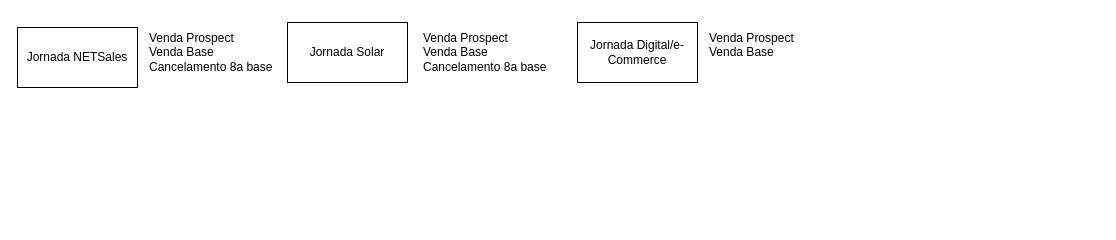
Above: 129734 - FWA em Áreas não Cabeadas.drawio in samirali/ClaroBrasil (draw.io), before the change. Source tidied: cells renumbered, new cells numbered last; positions are measured from the earlier drawing's top-left corner, leaving out a move shared by most shapes. Both pictures are drawn from the tidied source at 100%, with x=0, y=0 at pixel (17, 22).
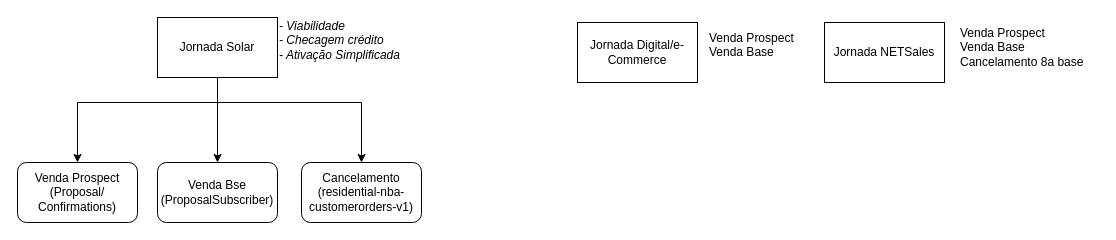
The same page after the edit.

What changed in the source:
```diff
@@
 <mxGraphModel>
   <root>
     <mxCell id="0" />
     <mxCell id="1" parent="0" />
+    <mxCell id="8" style="edgeStyle=orthogonalEdgeStyle;rounded=0;jettySize=auto;html=1;" parent="1" edge="1" source="2" target="11">
+      <mxGeometry relative="1" as="geometry">
+        <Array as="points">
+          <mxPoint x="200" y="80" />
+          <mxPoint x="60" y="80" />
+        </Array>
+      </mxGeometry>
+    </mxCell>
+    <mxCell id="9" style="edgeStyle=orthogonalEdgeStyle;rounded=0;jettySize=auto;html=1;entryX=0.5;entryY=0;entryDx=0;entryDy=0;" parent="1" edge="1" source="2" target="12">
+      <mxGeometry relative="1" as="geometry" />
+    </mxCell>
+    <mxCell id="10" style="edgeStyle=orthogonalEdgeStyle;rounded=0;jettySize=auto;html=1;entryX=0.5;entryY=0;entryDx=0;entryDy=0;" parent="1" edge="1" source="2" target="13">
+      <mxGeometry relative="1" as="geometry">
+        <Array as="points">
+          <mxPoint x="200" y="80" />
+          <mxPoint x="344" y="80" />
+        </Array>
+      </mxGeometry>
+    </mxCell>
     <mxCell id="2" value="Jornada Solar" style="rounded=0;whiteSpace=wrap;html=1;" parent="1" vertex="1">
-      <mxGeometry x="270" width="120" height="60" as="geometry" />
+      <mxGeometry x="140" y="-5" width="120" height="60" as="geometry" />
     </mxCell>
     <mxCell id="3" value="Jornada Digital/e-Commerce" style="rounded=0;whiteSpace=wrap;html=1;" parent="1" vertex="1">
       <mxGeometry x="560" width="120" height="60" as="geometry" />
     </mxCell>
     <mxCell id="4" value="Venda Prospect&lt;div&gt;Venda Base&lt;/div&gt;&lt;div&gt;Cancelamento 8a base&lt;/div&gt;" style="text;html=1;whiteSpace=wrap;strokeColor=none;fillColor=none;align=left;verticalAlign=middle;rounded=0;" parent="1" vertex="1">
-      <mxGeometry x="404" y="5" width="140" height="50" as="geometry" />
+      <mxGeometry x="941" width="140" height="50" as="geometry" />
     </mxCell>
     <mxCell id="5" value="Venda Prospect&lt;div&gt;Venda Base&lt;/div&gt;&lt;div&gt;&lt;br&gt;&lt;/div&gt;" style="text;html=1;whiteSpace=wrap;strokeColor=none;fillColor=none;align=left;verticalAlign=middle;rounded=0;" parent="1" vertex="1">
       <mxGeometry x="690" y="5" width="100" height="50" as="geometry" />
     </mxCell>
     <mxCell id="6" value="Jornada NETSales" style="rounded=0;whiteSpace=wrap;html=1;" parent="1" vertex="1">
-      <mxGeometry y="5" width="120" height="60" as="geometry" />
+      <mxGeometry x="807" width="120" height="60" as="geometry" />
     </mxCell>
-    <mxCell id="7" value="Venda Prospect&lt;div&gt;Venda Base&lt;/div&gt;&lt;div&gt;Cancelamento 8a base&lt;/div&gt;" style="text;html=1;whiteSpace=wrap;strokeColor=none;fillColor=none;align=left;verticalAlign=middle;rounded=0;" parent="1" vertex="1">
-      <mxGeometry x="130" y="5" width="140" height="50" as="geometry" />
-    </mxCell>
+    <mxCell id="11" value="&lt;div&gt;Venda Prospect&lt;/div&gt;(Proposal/&lt;div&gt;Confirmations)&lt;/div&gt;" style="rounded=1;whiteSpace=wrap;html=1;" parent="1" vertex="1">
+      <mxGeometry y="140" width="120" height="60" as="geometry" />
+    </mxCell>
+    <mxCell id="12" value="&lt;div&gt;Venda Bse&lt;/div&gt;(ProposalSubscriber)" style="rounded=1;whiteSpace=wrap;html=1;" parent="1" vertex="1">
+      <mxGeometry x="140" y="140" width="120" height="60" as="geometry" />
+    </mxCell>
+    <mxCell id="13" value="&lt;div&gt;Cancelamento&lt;/div&gt;(&lt;span&gt;residential-nba-customerorders-v1&lt;/span&gt;)" style="rounded=1;whiteSpace=wrap;html=1;" parent="1" vertex="1">
+      <mxGeometry x="284" y="140" width="120" height="60" as="geometry" />
+    </mxCell>
+    <mxCell id="14" value="- Viabilidade&lt;div&gt;- Checagem crédito&lt;/div&gt;&lt;div&gt;- Ativação Simplificada&lt;/div&gt;&lt;div&gt;&lt;div&gt;&lt;br&gt;&lt;/div&gt;&lt;/div&gt;" style="text;html=1;whiteSpace=wrap;strokeColor=none;fillColor=none;align=left;verticalAlign=middle;rounded=0;fontStyle=2;" parent="1" vertex="1">
+      <mxGeometry x="260" width="180" height="50" as="geometry" />
+    </mxCell>
   </root>
 </mxGraphModel>
```
